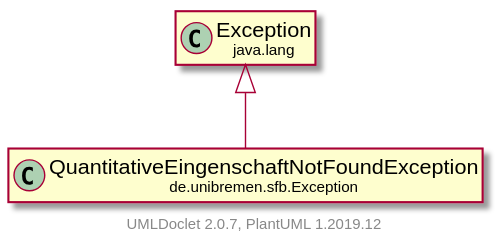
The PlantUML diagram doc/UML/modulsichtSVG/QuantitativeEingenschaftNotFoundException.svg in fkehlenb/softwareprojekt-2, before a commit.
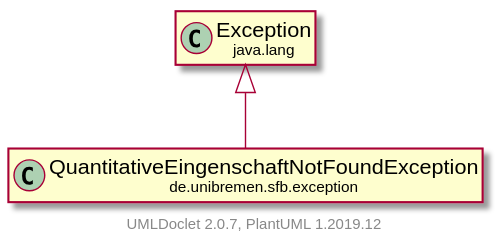
The same diagram one commit later.

The edit, as a diff of the source:
```diff
@@ -3,11 +3,11 @@
     hide empty fields
     hide empty methods
 
-    class "<size:14>QuantitativeEingenschaftNotFoundException\n<size:10>de.unibremen.sfb.Exception" as de.unibremen.sfb.Exception.QuantitativeEingenschaftNotFoundException [[QuantitativeEingenschaftNotFoundException.html]]
+    class "<size:14>QuantitativeEingenschaftNotFoundException\n<size:10>de.unibremen.sfb.exception" as de.unibremen.sfb.exception.QuantitativeEingenschaftNotFoundException [[QuantitativeEingenschaftNotFoundException.html]]
 
-    class "<size:14>Exception\n<size:10>java.lang" as java.lang.Exception [[https://docs.oracle.com/en/java/javase/11/docs/api/java.base/java/lang/Exception.html?is-external=true]]
+    class "<size:14>exception\n<size:10>java.lang" as java.lang.exception [[https://docs.oracle.com/en/java/javase/11/docs/api/java.base/java/lang/Exception.html?is-external=true]]
 
-    java.lang.Exception <|-- de.unibremen.sfb.Exception.QuantitativeEingenschaftNotFoundException
+    java.lang.exception <|-- de.unibremen.sfb.exception.QuantitativeEingenschaftNotFoundException
 
     center footer UMLDoclet 2.0.7, PlantUML 1.2019.12
 @enduml
```
